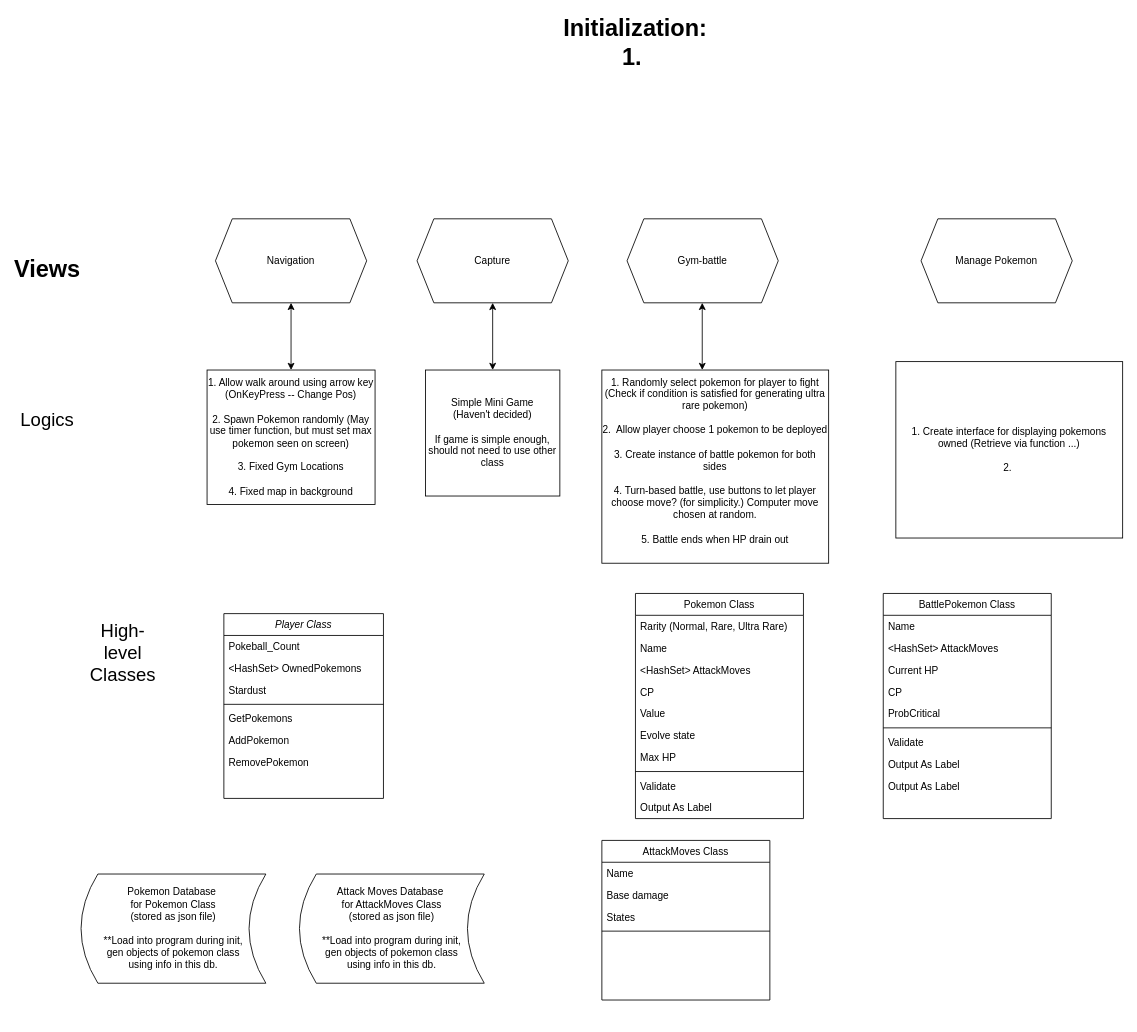
The draw.io diagram Untitled Diagram.drawio in tpmmthomas/ierg3080-pokemon-go, before the edit. Source tidied: cells renumbered, new cells numbered last; positions are measured from the earlier drawing's top-left corner, leaving out a move shared by most shapes. Both pictures are drawn from the tidied source at 84%, with x=0, y=0 at pixel (30, 34).
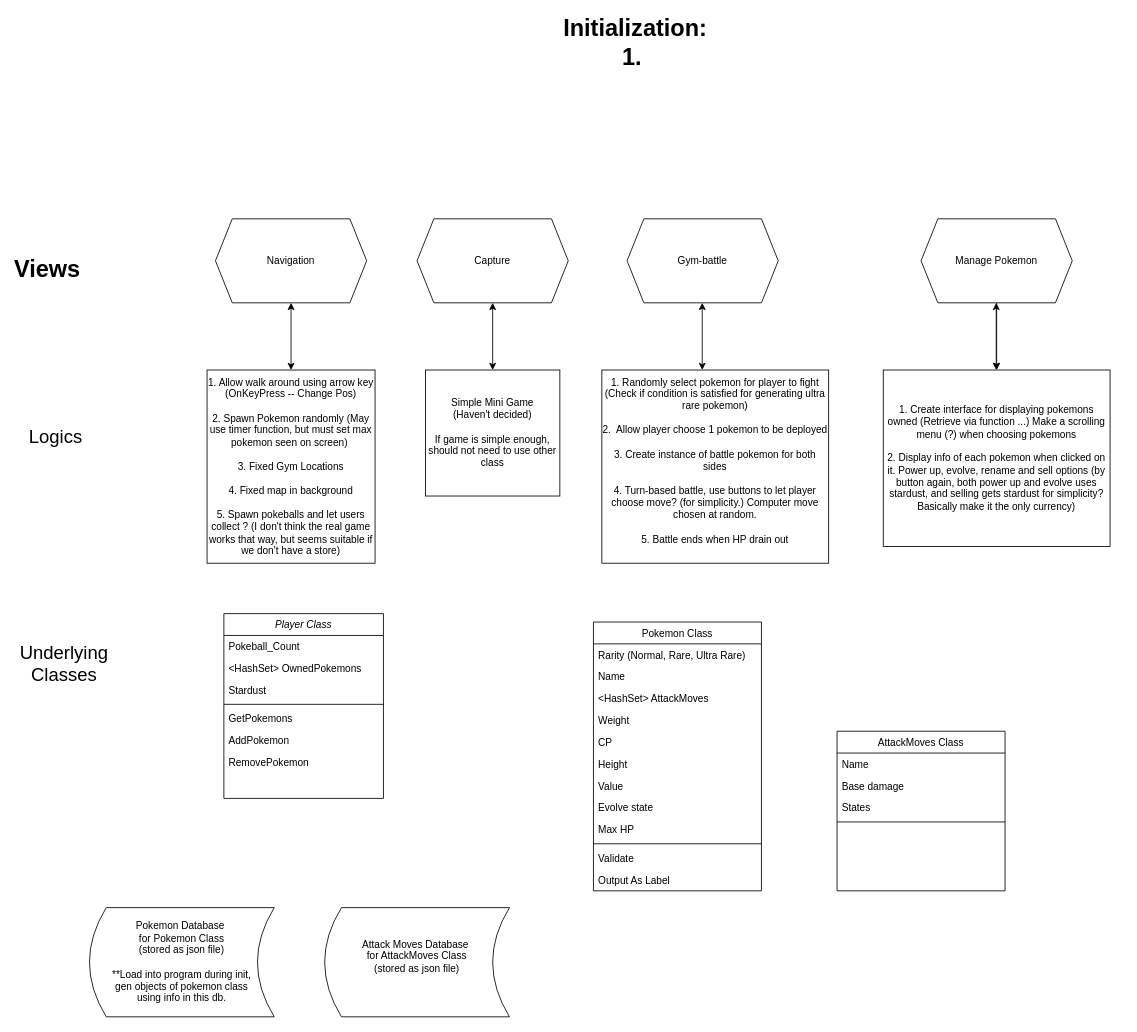
Above is the later version.

Unchanged cells that the change refers to:
```xml
<mxCell id="24" value="Manage Pokemon" style="shape=hexagon;perimeter=hexagonPerimeter2;whiteSpace=wrap;html=1;fixedSize=1;" parent="1" vertex="1">
  <mxGeometry x="1060" y="220" width="180" height="100" as="geometry" />
</mxCell>
```

Diff of the diagram source:
```diff
@@
-    <mxCell id="10" value="BattlePokemon Class" style="swimlane;fontStyle=0;align=center;verticalAlign=top;horizontal=1;startSize=26;rounded=0;shadow=0;strokeWidth=1;" parent="1" vertex="1">
-      <mxGeometry x="1015" y="666" width="200" height="268" as="geometry" />
-    </mxCell>
-    <mxCell id="11" value="Name" style="text;align=left;verticalAlign=top;spacingLeft=4;spacingRight=4;overflow=hidden;rounded=0;shadow=0;html=0;" parent="10" vertex="1">
-      <mxGeometry y="26" width="200" height="26" as="geometry" />
-    </mxCell>
-    <mxCell id="12" value="&lt;HashSet&gt; AttackMoves" style="text;align=left;verticalAlign=top;spacingLeft=4;spacingRight=4;overflow=hidden;rounded=0;shadow=0;html=0;" parent="10" vertex="1">
-      <mxGeometry y="52" width="200" height="26" as="geometry" />
-    </mxCell>
-    <mxCell id="13" value="Current HP&#10;" style="text;align=left;verticalAlign=top;spacingLeft=4;spacingRight=4;overflow=hidden;rounded=0;shadow=0;html=0;" parent="10" vertex="1">
-      <mxGeometry y="78" width="200" height="26" as="geometry" />
-    </mxCell>
-    <mxCell id="14" value="CP" style="text;align=left;verticalAlign=top;spacingLeft=4;spacingRight=4;overflow=hidden;rounded=0;shadow=0;html=0;" parent="10" vertex="1">
-      <mxGeometry y="104" width="200" height="26" as="geometry" />
-    </mxCell>
-    <mxCell id="15" value="ProbCritical" style="text;align=left;verticalAlign=top;spacingLeft=4;spacingRight=4;overflow=hidden;rounded=0;shadow=0;html=0;" parent="10" vertex="1">
-      <mxGeometry y="130" width="200" height="26" as="geometry" />
-    </mxCell>
-    <mxCell id="16" style="line;html=1;strokeWidth=1;align=left;verticalAlign=middle;spacingTop=-1;spacingLeft=3;spacingRight=3;labelPosition=right;" parent="10" vertex="1">
-      <mxGeometry y="156" width="200" height="8" as="geometry" />
-    </mxCell>
-    <mxCell id="17" value="Validate" style="text;align=left;verticalAlign=top;spacingLeft=4;spacingRight=4;overflow=hidden;" parent="10" vertex="1">
-      <mxGeometry y="164" width="200" height="26" as="geometry" />
-    </mxCell>
-    <mxCell id="18" value="Output As Label" style="text;align=left;verticalAlign=top;spacingLeft=4;spacingRight=4;overflow=hidden;" parent="10" vertex="1">
-      <mxGeometry y="190" width="200" height="26" as="geometry" />
-    </mxCell>
-    <mxCell id="19" value="Output As Label" style="text;align=left;verticalAlign=top;spacingLeft=4;spacingRight=4;overflow=hidden;" parent="10" vertex="1">
-      <mxGeometry y="216" width="200" height="26" as="geometry" />
-    </mxCell>
     <mxCell id="20" value="Pokemon Database&amp;nbsp;&lt;br&gt;for Pokemon Class&lt;br&gt;(stored as json file)&lt;br&gt;&lt;br&gt;**Load into program during init,&lt;br&gt;gen objects of pokemon class&lt;br&gt;using info in this db." style="shape=dataStorage;whiteSpace=wrap;html=1;fixedSize=1;" parent="1" vertex="1">
-      <mxGeometry x="60" y="1000" width="220" height="130" as="geometry" />
+      <mxGeometry x="70" y="1040" width="220" height="130" as="geometry" />
     </mxCell>
@@
+    <mxCell id="53" style="edgeStyle=orthogonalEdgeStyle;rounded=0;jettySize=auto;html=1;exitX=0.5;exitY=1;exitDx=0;exitDy=0;entryX=0.5;entryY=0;entryDx=0;entryDy=0;" parent="1" edge="1" source="24" target="52">
+      <mxGeometry relative="1" as="geometry" />
+    </mxCell>
@@
-    <mxCell id="26" value="1. Allow walk around using arrow key (OnKeyPress -- Change Pos)&lt;br&gt;&lt;br&gt;2. Spawn Pokemon randomly (May use timer function, but must set max pokemon seen on screen)&lt;br&gt;&lt;br&gt;3. Fixed Gym Locations&lt;br&gt;&lt;br&gt;4. Fixed map in background" style="rounded=0;whiteSpace=wrap;html=1;" parent="1" vertex="1">
-      <mxGeometry x="210" y="400" width="200" height="160" as="geometry" />
+    <mxCell id="26" value="1. Allow walk around using arrow key (OnKeyPress -- Change Pos)&lt;br&gt;&lt;br&gt;2. Spawn Pokemon randomly (May use timer function, but must set max pokemon seen on screen)&amp;nbsp;&lt;br&gt;&lt;br&gt;3. Fixed Gym Locations&lt;br&gt;&lt;br&gt;4. Fixed map in background&lt;br&gt;&lt;br&gt;5. Spawn pokeballs and let users collect ? (I don't think the real game works that way, but seems suitable if we don't have a store)" style="rounded=0;whiteSpace=wrap;html=1;" parent="1" vertex="1">
+      <mxGeometry x="210" y="400" width="200" height="230" as="geometry" />
     </mxCell>
     <mxCell id="27" value="&lt;font style=&quot;font-size: 22px&quot;&gt;Logics&lt;/font&gt;" style="text;html=1;strokeColor=none;fillColor=none;align=center;verticalAlign=middle;whiteSpace=wrap;rounded=0;" parent="1" vertex="1">
-      <mxGeometry y="450" width="40" height="20" as="geometry" />
+      <mxGeometry x="10" y="470" width="40" height="20" as="geometry" />
     </mxCell>
@@
-    <mxCell id="29" value="&lt;font style=&quot;font-size: 22px&quot;&gt;High-level Classes&lt;br&gt;&lt;br&gt;&lt;/font&gt;" style="text;html=1;strokeColor=none;fillColor=none;align=center;verticalAlign=middle;whiteSpace=wrap;rounded=0;" parent="1" vertex="1">
-      <mxGeometry x="90" y="740" width="40" height="20" as="geometry" />
+    <mxCell id="29" value="&lt;font style=&quot;font-size: 22px&quot;&gt;Underlying&lt;br&gt;Classes&lt;br&gt;&lt;/font&gt;" style="text;html=1;strokeColor=none;fillColor=none;align=center;verticalAlign=middle;whiteSpace=wrap;rounded=0;" parent="1" vertex="1">
+      <mxGeometry x="20" y="740" width="40" height="20" as="geometry" />
     </mxCell>
@@
     <mxCell id="35" value="AttackMoves Class" style="swimlane;fontStyle=0;align=center;verticalAlign=top;horizontal=1;startSize=26;rounded=0;shadow=0;strokeWidth=1;" parent="1" vertex="1">
-      <mxGeometry x="680" y="960" width="200" height="190" as="geometry" />
+      <mxGeometry x="960" y="830" width="200" height="190" as="geometry" />
     </mxCell>
@@
     <mxCell id="40" value="Pokemon Class" style="swimlane;fontStyle=0;align=center;verticalAlign=top;horizontal=1;startSize=26;rounded=0;shadow=0;strokeWidth=1;" parent="1" vertex="1">
-      <mxGeometry x="720" y="666" width="200" height="268" as="geometry" />
+      <mxGeometry x="670" y="700" width="200" height="320" as="geometry" />
     </mxCell>
@@
+    <mxCell id="13" value="Weight" style="text;align=left;verticalAlign=top;spacingLeft=4;spacingRight=4;overflow=hidden;rounded=0;shadow=0;html=0;" parent="40" vertex="1">
+      <mxGeometry y="104" width="200" height="26" as="geometry" />
+    </mxCell>
     <mxCell id="44" value="CP" style="text;align=left;verticalAlign=top;spacingLeft=4;spacingRight=4;overflow=hidden;rounded=0;shadow=0;html=0;" parent="40" vertex="1">
-      <mxGeometry y="104" width="200" height="26" as="geometry" />
+      <mxGeometry y="130" width="200" height="26" as="geometry" />
     </mxCell>
+    <mxCell id="15" value="Height" style="text;align=left;verticalAlign=top;spacingLeft=4;spacingRight=4;overflow=hidden;rounded=0;shadow=0;html=0;" parent="40" vertex="1">
+      <mxGeometry y="156" width="200" height="26" as="geometry" />
+    </mxCell>
     <mxCell id="45" value="Value" style="text;align=left;verticalAlign=top;spacingLeft=4;spacingRight=4;overflow=hidden;rounded=0;shadow=0;html=0;" parent="40" vertex="1">
-      <mxGeometry y="130" width="200" height="26" as="geometry" />
+      <mxGeometry y="182" width="200" height="26" as="geometry" />
     </mxCell>
     <mxCell id="46" value="Evolve state" style="text;align=left;verticalAlign=top;spacingLeft=4;spacingRight=4;overflow=hidden;rounded=0;shadow=0;html=0;" parent="40" vertex="1">
-      <mxGeometry y="156" width="200" height="26" as="geometry" />
+      <mxGeometry y="208" width="200" height="26" as="geometry" />
     </mxCell>
     <mxCell id="47" value="Max HP" style="text;align=left;verticalAlign=top;spacingLeft=4;spacingRight=4;overflow=hidden;rounded=0;shadow=0;html=0;" parent="40" vertex="1">
-      <mxGeometry y="182" width="200" height="26" as="geometry" />
+      <mxGeometry y="234" width="200" height="26" as="geometry" />
     </mxCell>
     <mxCell id="48" style="line;html=1;strokeWidth=1;align=left;verticalAlign=middle;spacingTop=-1;spacingLeft=3;spacingRight=3;labelPosition=right;" parent="40" vertex="1">
-      <mxGeometry y="208" width="200" height="8" as="geometry" />
+      <mxGeometry y="260" width="200" height="8" as="geometry" />
     </mxCell>
     <mxCell id="49" value="Validate" style="text;align=left;verticalAlign=top;spacingLeft=4;spacingRight=4;overflow=hidden;" parent="40" vertex="1">
-      <mxGeometry y="216" width="200" height="26" as="geometry" />
+      <mxGeometry y="268" width="200" height="26" as="geometry" />
     </mxCell>
     <mxCell id="50" value="Output As Label" style="text;align=left;verticalAlign=top;spacingLeft=4;spacingRight=4;overflow=hidden;" parent="40" vertex="1">
-      <mxGeometry y="242" width="200" height="26" as="geometry" />
+      <mxGeometry y="294" width="200" height="26" as="geometry" />
     </mxCell>
-    <mxCell id="51" value="Attack Moves Database&amp;nbsp;&lt;br&gt;for AttackMoves Class&lt;br&gt;(stored as json file)&lt;br&gt;&lt;br&gt;**Load into program during init,&lt;br&gt;gen objects of pokemon class&lt;br&gt;using info in this db." style="shape=dataStorage;whiteSpace=wrap;html=1;fixedSize=1;" parent="1" vertex="1">
-      <mxGeometry x="320" y="1000" width="220" height="130" as="geometry" />
+    <mxCell id="51" value="Attack Moves Database&amp;nbsp;&lt;br&gt;for AttackMoves Class&lt;br&gt;(stored as json file)&lt;br&gt;&lt;br&gt;" style="shape=dataStorage;whiteSpace=wrap;html=1;fixedSize=1;" parent="1" vertex="1">
+      <mxGeometry x="350" y="1040" width="220" height="130" as="geometry" />
     </mxCell>
-    <mxCell id="52" value="1. Create interface for displaying pokemons owned (Retrieve via function ...)&lt;br&gt;&lt;br&gt;2.&amp;nbsp;" style="rounded=0;whiteSpace=wrap;html=1;" parent="1" vertex="1">
-      <mxGeometry x="1030" y="390" width="270" height="210" as="geometry" />
+    <mxCell id="52" value="1. Create interface for displaying pokemons owned (Retrieve via function ...) Make a scrolling menu (?) when choosing pokemons&lt;br&gt;&lt;br&gt;2. Display info of each pokemon when clicked on it. Power up, evolve, rename and sell options (by button again, both power up and evolve uses stardust, and selling gets stardust for simplicity? Basically make it the only currency)" style="rounded=0;whiteSpace=wrap;html=1;" parent="1" vertex="1">
+      <mxGeometry x="1015" y="400" width="270" height="210" as="geometry" />
     </mxCell>
+    <mxCell id="54" style="endArrow=classic;startArrow=classic;html=1;exitX=0.5;exitY=0;exitDx=0;exitDy=0;entryX=0.5;entryY=1;entryDx=0;entryDy=0;" parent="1" edge="1">
+      <mxGeometry relative="1" as="geometry">
+        <mxPoint x="1149.5" y="400" as="sourcePoint" />
+        <mxPoint x="1149.5" y="320" as="targetPoint" />
+      </mxGeometry>
+    </mxCell>
+    <mxCell id="55" style="edgeStyle=orthogonalEdgeStyle;rounded=0;orthogonalLoop=1;jettySize=auto;html=1;exitX=0.5;exitY=1;exitDx=0;exitDy=0;" parent="1" edge="1" source="29" target="29">
+      <mxGeometry relative="1" as="geometry" />
+    </mxCell>
```
